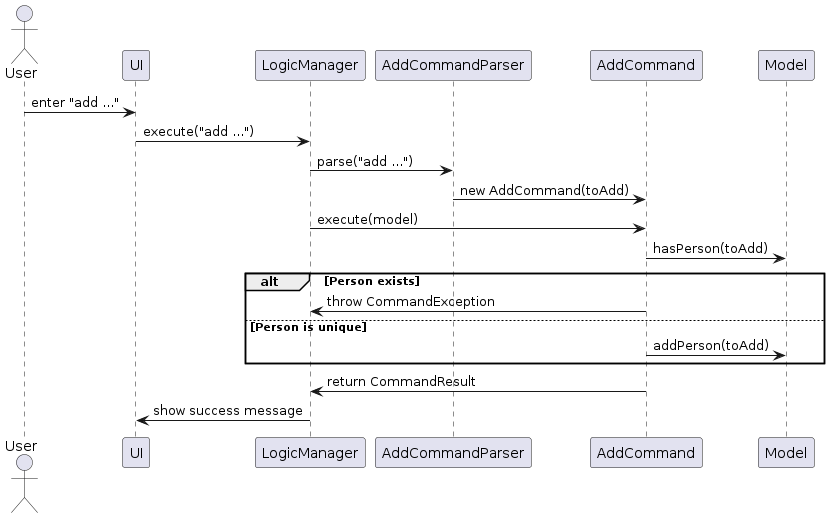
NoahKoh/tp keeps this PlantUML diagram as diagrams/AddCommandSequenceDiagram.png. Above is the earlier version. Its source is kept beside it as diagrams/AddCommandSequenceDiagram.puml. Source of this version:
```plantuml
@startuml
actor User
participant UI
participant LogicManager
participant AddCommandParser
participant AddCommand
participant Model

User -> UI : enter "add ..."
UI -> LogicManager : execute("add ...")
LogicManager -> AddCommandParser : parse("add ...")
AddCommandParser -> AddCommand : new AddCommand(toAdd)
LogicManager -> AddCommand : execute(model)
AddCommand -> Model : hasPerson(toAdd)
alt Person exists
    AddCommand -> LogicManager : throw CommandException
else Person is unique
    AddCommand -> Model : addPerson(toAdd)
end
AddCommand -> LogicManager : return CommandResult
LogicManager -> UI : show success message
@enduml
```
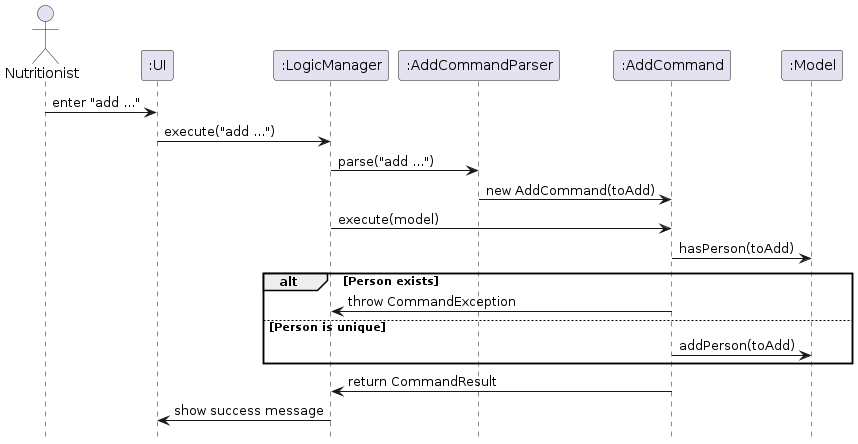
The same diagram one commit later.

The edit, as a diff of the source:
```diff
@@ -1,12 +1,12 @@
 @startuml
-actor User
-participant UI
-participant LogicManager
-participant AddCommandParser
-participant AddCommand
-participant Model
+actor Nutritionist
+participant ":UI" as UI
+participant ":LogicManager" as LogicManager
+participant ":AddCommandParser" as AddCommandParser
+participant ":AddCommand" as AddCommand
+participant ":Model" as Model
 
-User -> UI : enter "add ..."
+Nutritionist -> UI : enter "add ..."
 UI -> LogicManager : execute("add ...")
 LogicManager -> AddCommandParser : parse("add ...")
 AddCommandParser -> AddCommand : new AddCommand(toAdd)
@@ -19,4 +19,6 @@
 end
 AddCommand -> LogicManager : return CommandResult
 LogicManager -> UI : show success message
+
+hide footbox
 @enduml
```
